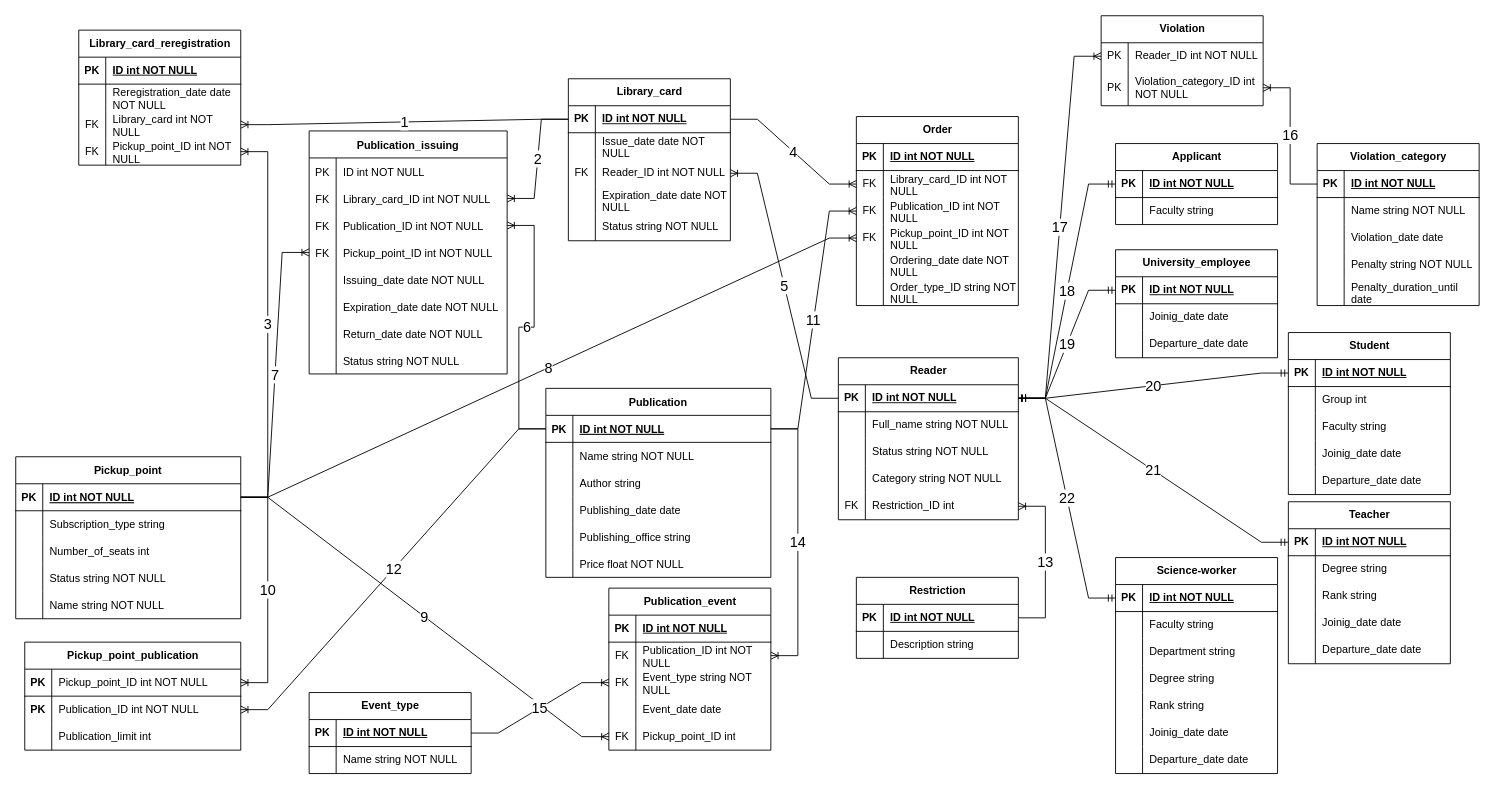
Before: university_library_project/er-model.drawio in helttek/nsu, a draw.io diagram. Source tidied: cells renumbered, new cells numbered last; positions are measured from the earlier drawing's top-left corner, leaving out a move shared by most shapes. Both pictures are drawn from the tidied source at 90%, with x=0, y=0 at pixel (15, 15).
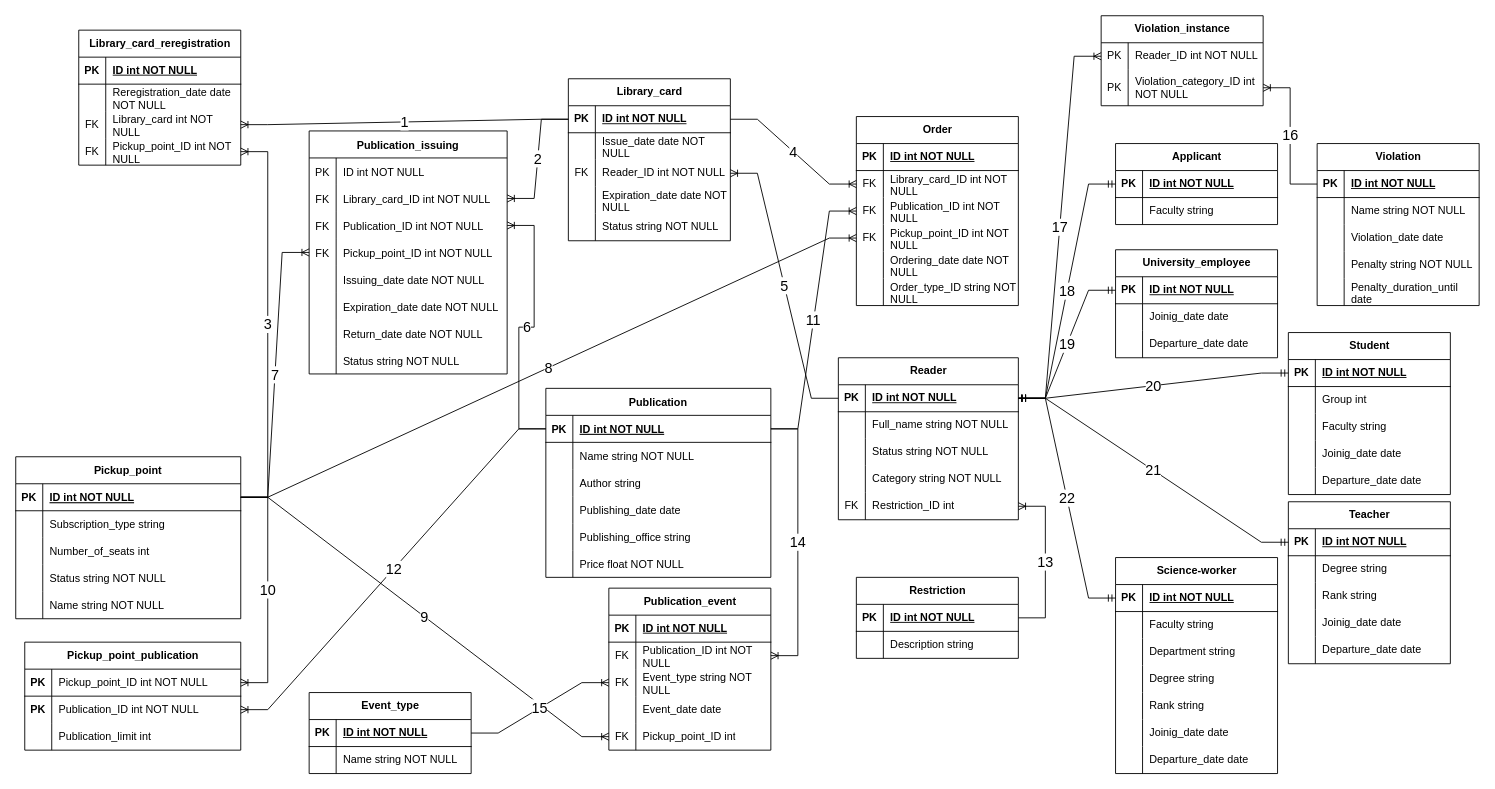
After the change.

Commit message (it also covers changes not shown here):
er-model update: changed name of 2 entities to more suitable

What changed in the source:
```diff
@@
-    <mxCell id="139" value="Violation" style="shape=table;startSize=30;childLayout=tableLayout;rowLines=0;fontStyle=1;align=center;html=1;" parent="1" vertex="1">
+    <mxCell id="139" value="Violation_instance" style="shape=table;startSize=30;childLayout=tableLayout;rowLines=0;fontStyle=1;align=center;html=1;" parent="1" vertex="1">
       <mxGeometry x="1206" width="180" height="100" as="geometry" />
     </mxCell>
@@
-    <mxCell id="174" value="Violation_category" style="shape=table;startSize=30;childLayout=tableLayout;rowLines=0;fontStyle=1;align=center;html=1;" parent="1" vertex="1">
+    <mxCell id="174" value="Violation" style="shape=table;startSize=30;childLayout=tableLayout;rowLines=0;fontStyle=1;align=center;html=1;" parent="1" vertex="1">
       <mxGeometry x="1446" y="142" width="180" height="180" as="geometry" />
     </mxCell>
```
